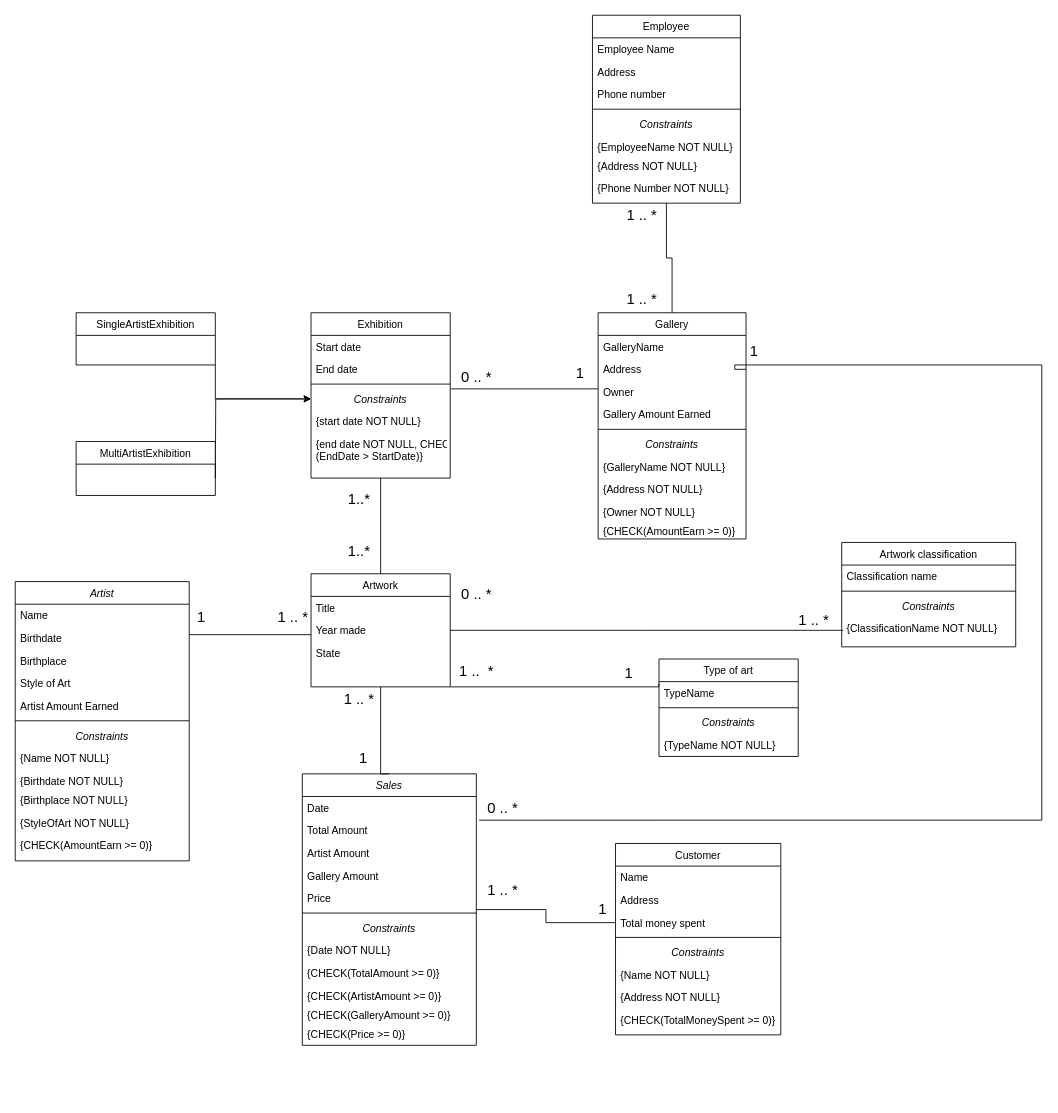
brito-bernardo/database-modeling keeps this draw.io diagram as ArtGallery.drawio. Above is the earlier version. Source tidied: cells renumbered, new cells numbered last; positions are measured from the earlier drawing's top-left corner, leaving out a move shared by most shapes. Both pictures are drawn from the tidied source at 87%, with x=0, y=0 at pixel (15, 15).
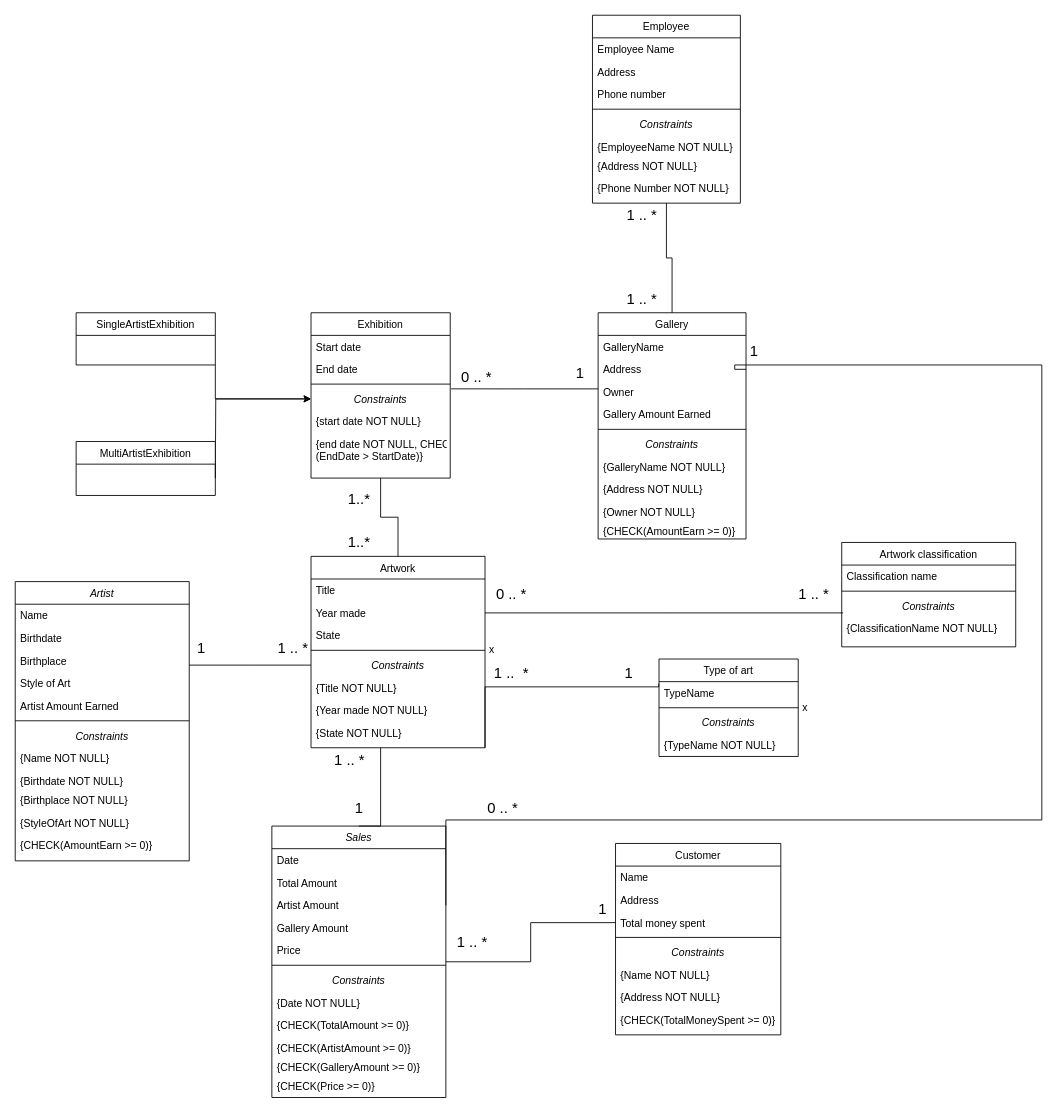
The same page after the edit.

The change refers to these unchanged cells:
```xml
<mxCell id="51" value="Address" style="text;align=left;verticalAlign=top;spacingLeft=4;spacingRight=4;overflow=hidden;points=[[0,0.5],[1,0.5]];portConstraint=eastwest;rounded=0;shadow=0;html=0;" parent="49" vertex="1">
  <mxGeometry y="52" width="170" height="26" as="geometry" />
</mxCell>
<mxCell id="62" value="Type of art" style="swimlane;fontStyle=0;align=center;verticalAlign=top;horizontal=1;startSize=26;rounded=0;shadow=0;strokeWidth=1;" parent="1" vertex="1">
  <mxGeometry x="740" y="740" width="160" height="112" as="geometry" />
</mxCell>
<mxCell id="73" value="Total Amount" style="text;align=left;verticalAlign=top;spacingLeft=4;spacingRight=4;overflow=hidden;points=[[0,0.5],[1,0.5]];portConstraint=eastwest;rounded=0;shadow=0;html=0;" parent="71" vertex="1">
  <mxGeometry y="52" width="200" height="26" as="geometry" />
</mxCell>
<mxCell id="74" value="Artist Amount" style="text;align=left;verticalAlign=top;spacingLeft=4;spacingRight=4;overflow=hidden;points=[[0,0.5],[1,0.5]];portConstraint=eastwest;rounded=0;shadow=0;html=0;" parent="71" vertex="1">
  <mxGeometry y="78" width="200" height="26" as="geometry" />
</mxCell>
```

Change to the diagram source:
```diff
@@
     <mxCell id="29" value="Artwork" style="swimlane;fontStyle=0;align=center;verticalAlign=top;horizontal=1;startSize=26;rounded=0;shadow=0;strokeWidth=1;" parent="1" vertex="1">
-      <mxGeometry x="340" y="642" width="160" height="130" as="geometry" />
+      <mxGeometry x="340" y="622" width="200" height="220" as="geometry" />
     </mxCell>
     <mxCell id="30" value="Title" style="text;align=left;verticalAlign=top;spacingLeft=4;spacingRight=4;overflow=hidden;" parent="29" vertex="1">
-      <mxGeometry y="26" width="160" height="26" as="geometry" />
+      <mxGeometry y="26" width="200" height="26" as="geometry" />
     </mxCell>
@@
     <mxCell id="32" value="Year made" style="text;align=left;verticalAlign=top;spacingLeft=4;spacingRight=4;overflow=hidden;points=[[0,0.5],[1,0.5]];portConstraint=eastwest;rounded=0;shadow=0;html=0;" parent="29" vertex="1">
-      <mxGeometry y="52" width="160" height="26" as="geometry" />
+      <mxGeometry y="52" width="200" height="26" as="geometry" />
     </mxCell>
     <mxCell id="33" value="State" style="text;align=left;verticalAlign=top;spacingLeft=4;spacingRight=4;overflow=hidden;rounded=0;shadow=0;html=0;" parent="29" vertex="1">
-      <mxGeometry y="78" width="160" height="26" as="geometry" />
+      <mxGeometry y="78" width="200" height="26" as="geometry" />
     </mxCell>
+    <mxCell id="109" value="x" style="line;html=1;strokeWidth=1;align=left;verticalAlign=middle;spacingTop=-1;spacingLeft=3;spacingRight=3;labelPosition=right;" parent="29" vertex="1">
+      <mxGeometry y="104" width="200" height="8" as="geometry" />
+    </mxCell>
+    <mxCell id="110" value="Constraints" style="text;align=center;verticalAlign=top;spacingLeft=4;spacingRight=4;overflow=hidden;fontStyle=2;" parent="29" vertex="1">
+      <mxGeometry y="112" width="200" height="26" as="geometry" />
+    </mxCell>
+    <mxCell id="111" value="{Title NOT NULL}" style="text;align=left;verticalAlign=top;spacingLeft=4;spacingRight=4;overflow=hidden;" parent="29" vertex="1">
+      <mxGeometry y="138" width="200" height="26" as="geometry" />
+    </mxCell>
+    <mxCell id="112" value="{Year made NOT NULL}" style="text;align=left;verticalAlign=top;spacingLeft=4;spacingRight=4;overflow=hidden;" parent="29" vertex="1">
+      <mxGeometry y="164" width="200" height="26" as="geometry" />
+    </mxCell>
+    <mxCell id="113" value="{State NOT NULL}" style="text;align=left;verticalAlign=top;spacingLeft=4;spacingRight=4;overflow=hidden;" parent="29" vertex="1">
+      <mxGeometry y="190" width="200" height="26" as="geometry" />
+    </mxCell>
@@
     <mxCell id="37" value="1 .. *&amp;nbsp;" style="text;html=1;align=center;verticalAlign=middle;strokeColor=none;fillColor=none;spacingTop=0;fontSize=17;" parent="1" vertex="1">
-      <mxGeometry x="890" y="681" width="60" height="30" as="geometry" />
+      <mxGeometry x="890" y="651" width="60" height="30" as="geometry" />
     </mxCell>
     <mxCell id="38" value="0 .. *" style="text;html=1;align=center;verticalAlign=middle;strokeColor=none;fillColor=none;fontSize=17;" parent="1" vertex="1">
-      <mxGeometry x="500" y="651" width="60" height="30" as="geometry" />
+      <mxGeometry x="540" y="651" width="60" height="30" as="geometry" />
     </mxCell>
@@
     <mxCell id="48" value="1..*" style="text;html=1;align=center;verticalAlign=middle;strokeColor=none;fillColor=none;fontSize=17;" parent="1" vertex="1">
-      <mxGeometry x="370" y="602" width="50" height="30" as="geometry" />
+      <mxGeometry x="370" y="592" width="50" height="30" as="geometry" />
     </mxCell>
@@
-    <mxCell id="64" style="line;html=1;strokeWidth=1;align=left;verticalAlign=middle;spacingTop=-1;spacingLeft=3;spacingRight=3;labelPosition=right;" parent="62" vertex="1">
+    <mxCell id="64" value="x" style="line;html=1;strokeWidth=1;align=left;verticalAlign=middle;spacingTop=-1;spacingLeft=3;spacingRight=3;labelPosition=right;" parent="62" vertex="1">
       <mxGeometry y="52" width="160" height="8" as="geometry" />
     </mxCell>
@@
     <mxCell id="69" value="1 ..&amp;nbsp; *" style="text;html=1;align=center;verticalAlign=middle;strokeColor=none;fillColor=none;fontSize=17;" parent="1" vertex="1">
-      <mxGeometry x="500" y="740" width="60" height="30" as="geometry" />
+      <mxGeometry x="540" y="742" width="60" height="30" as="geometry" />
     </mxCell>
@@
     <mxCell id="71" value="Sales" style="swimlane;fontStyle=2;align=center;verticalAlign=top;horizontal=1;startSize=26;rounded=0;shadow=0;strokeWidth=1;" parent="1" vertex="1">
-      <mxGeometry x="330" y="872" width="200" height="312" as="geometry" />
+      <mxGeometry x="295" y="932" width="200" height="312" as="geometry" />
     </mxCell>
@@
     <mxCell id="84" value="1 .. *" style="text;html=1;align=center;verticalAlign=middle;strokeColor=none;fillColor=none;fontSize=17;" parent="1" vertex="1">
-      <mxGeometry x="530" y="992" width="60" height="30" as="geometry" />
+      <mxGeometry x="495" y="1052" width="60" height="30" as="geometry" />
     </mxCell>
@@
     <mxCell id="86" style="edgeStyle=orthogonalEdgeStyle;rounded=0;jettySize=auto;html=1;entryX=0.5;entryY=0;entryDx=0;entryDy=0;endArrow=none;endFill=0;" parent="1" edge="1" source="29" target="71">
       <mxGeometry relative="1" as="geometry">
         <Array as="points">
-          <mxPoint x="420" y="872" />
+          <mxPoint x="420" y="932" />
         </Array>
       </mxGeometry>
     </mxCell>
     <mxCell id="87" value="1 .. *" style="text;html=1;align=center;verticalAlign=middle;strokeColor=none;fillColor=none;fontSize=17;" parent="1" vertex="1">
-      <mxGeometry x="365" y="772" width="60" height="30" as="geometry" />
+      <mxGeometry x="354" y="842" width="60" height="30" as="geometry" />
     </mxCell>
     <mxCell id="88" value="1" style="text;html=1;align=center;verticalAlign=middle;strokeColor=none;fillColor=none;fontSize=17;" parent="1" vertex="1">
-      <mxGeometry x="385" y="840" width="30" height="30" as="geometry" />
+      <mxGeometry x="380" y="897" width="30" height="30" as="geometry" />
     </mxCell>
-    <mxCell id="89" style="edgeStyle=orthogonalEdgeStyle;rounded=0;jettySize=auto;html=1;entryX=1.016;entryY=0.048;entryDx=0;entryDy=0;entryPerimeter=0;exitX=1;exitY=0.5;exitDx=0;exitDy=0;endArrow=none;endFill=0;" parent="1" edge="1" source="51" target="73">
+    <mxCell id="89" style="edgeStyle=orthogonalEdgeStyle;rounded=0;jettySize=auto;html=1;entryX=1;entryY=0.5;entryDx=0;entryDy=0;exitX=1;exitY=0.5;exitDx=0;exitDy=0;endArrow=none;endFill=0;" parent="1" edge="1" source="51" target="74">
       <mxGeometry relative="1" as="geometry">
         <Array as="points">
           <mxPoint x="827" y="407" />
           <mxPoint x="827" y="402" />
           <mxPoint x="1180" y="402" />
           <mxPoint x="1180" y="925" />
+          <mxPoint x="495" y="925" />
         </Array>
       </mxGeometry>
     </mxCell>
```
